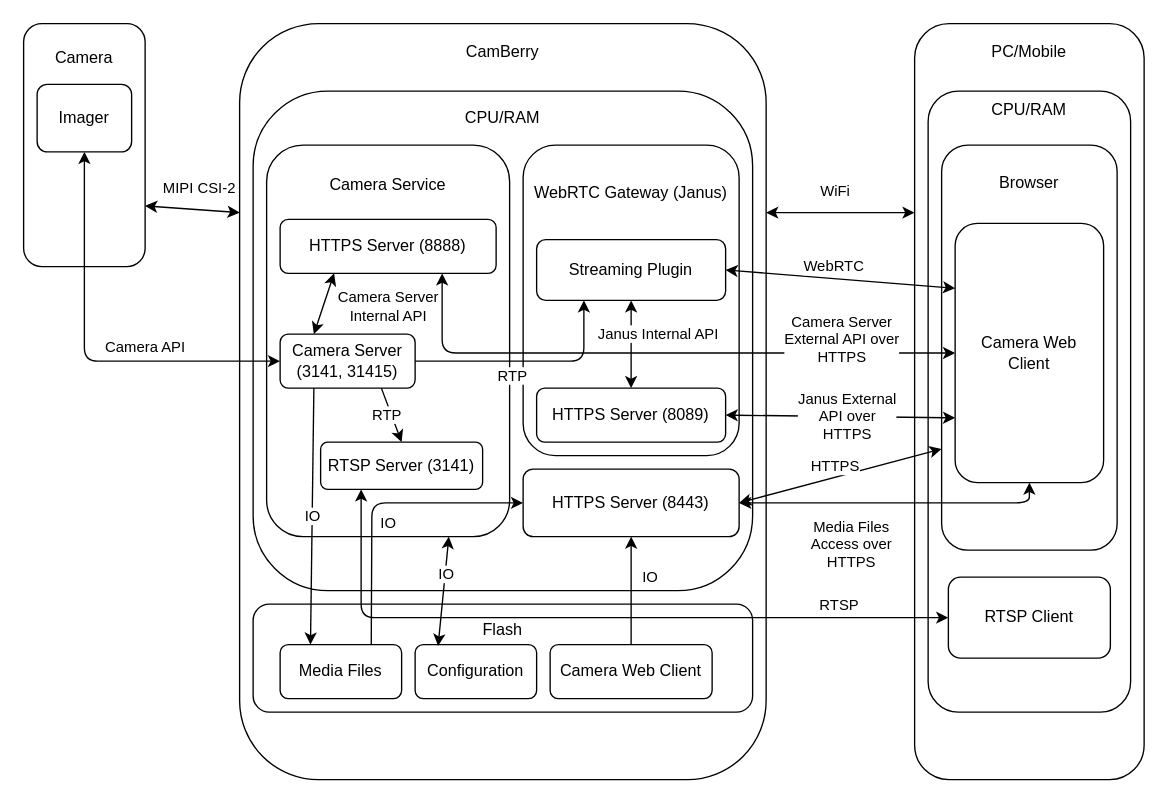
Before: doc/CamBerry.drawio in raspberrypiexperiments/RaspberryPi-Camera, a draw.io diagram. Source tidied: cells renumbered, new cells numbered last; positions are measured from the earlier drawing's top-left corner, leaving out a move shared by most shapes. Both pictures are drawn from the tidied source at 135%, with x=0, y=0 at pixel (23, 23).
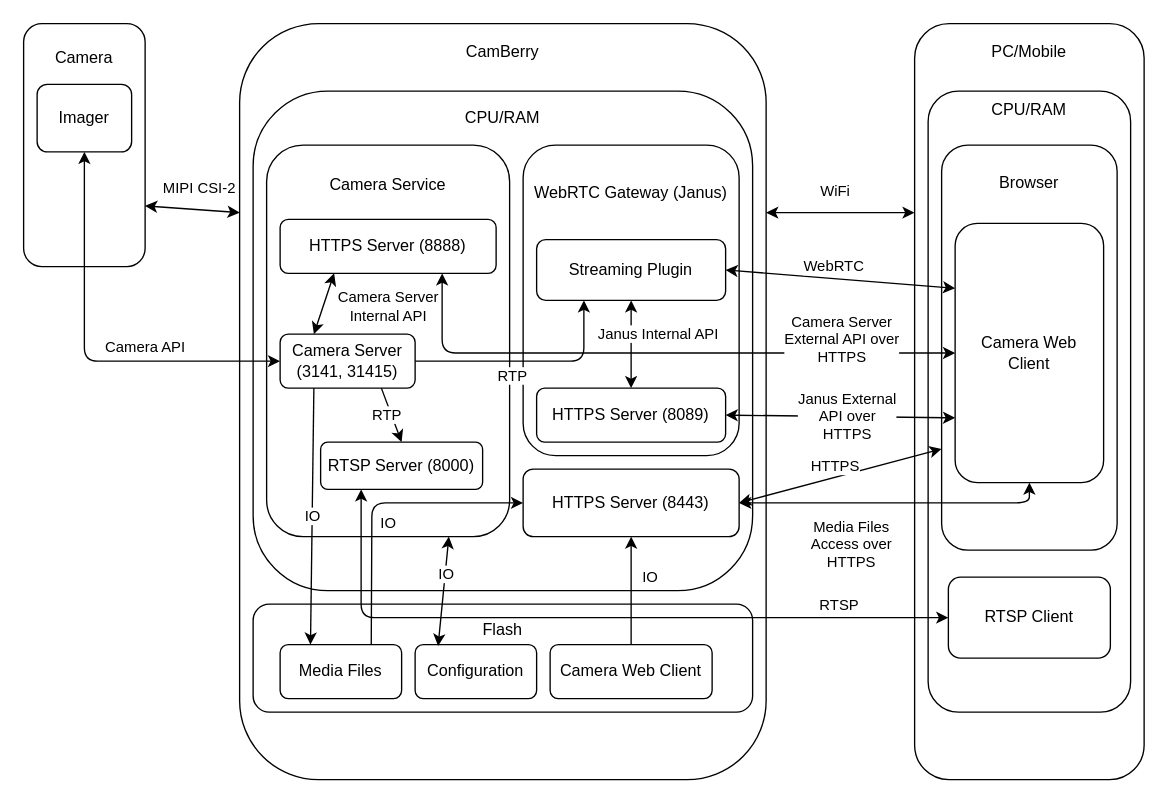
The same diagram, later.

Diff of the diagram source:
```diff
@@
-    <mxCell id="10" value="RTSP Server (3141)" style="rounded=1;whiteSpace=wrap;html=1;" parent="1" vertex="1">
+    <mxCell id="10" value="RTSP Server (8000)" style="rounded=1;whiteSpace=wrap;html=1;" parent="1" vertex="1">
       <mxGeometry x="220" y="310" width="120" height="35" as="geometry" />
     </mxCell>
```
